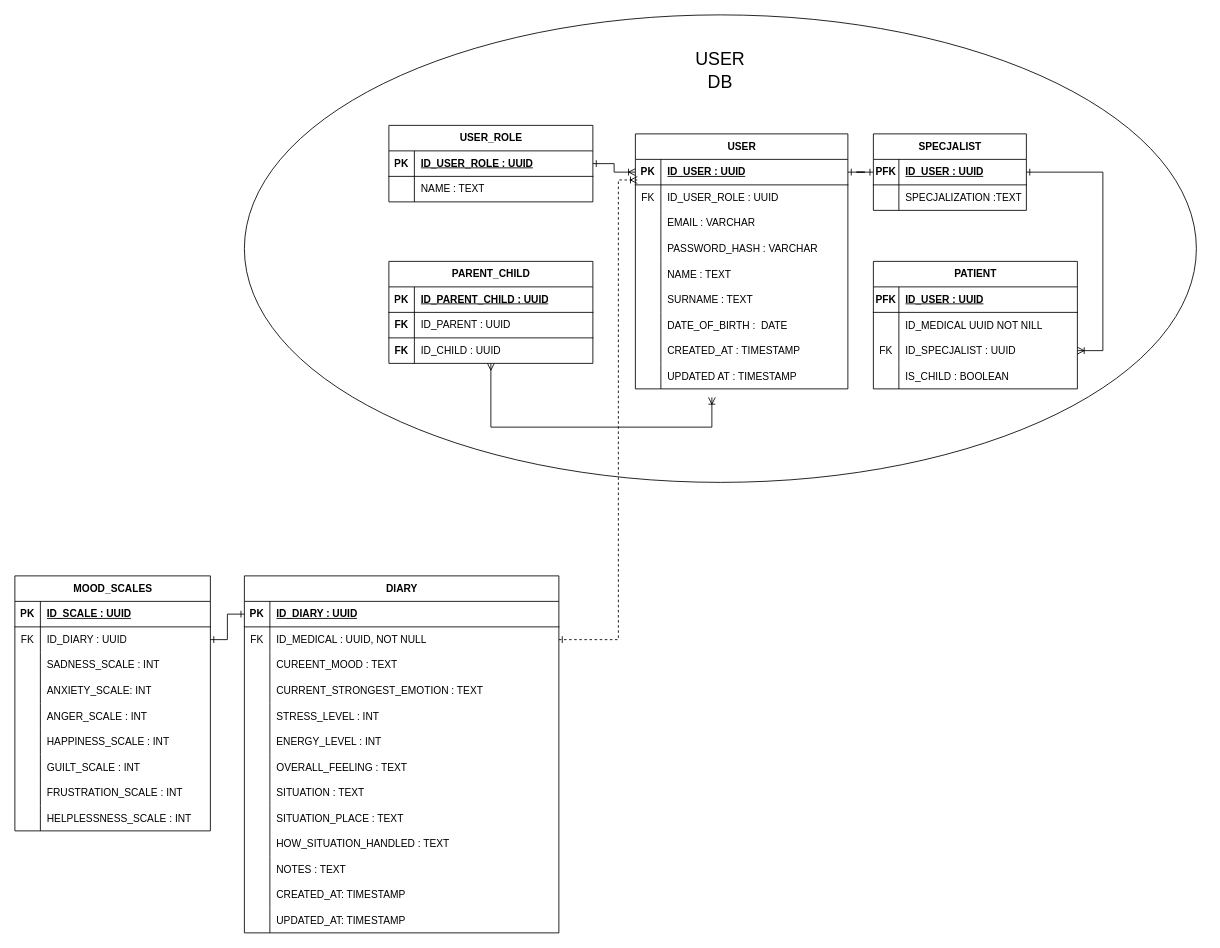
Earlier version of the draw.io diagram ERD/DIAGRAM.drawio (Coderino-Compadres/Mediculus_App). Source tidied: cells renumbered, new cells numbered last; positions are measured from the earlier drawing's top-left corner, leaving out a move shared by most shapes. Both pictures are drawn from the tidied source at 85%, with x=0, y=0 at pixel (14, 14).
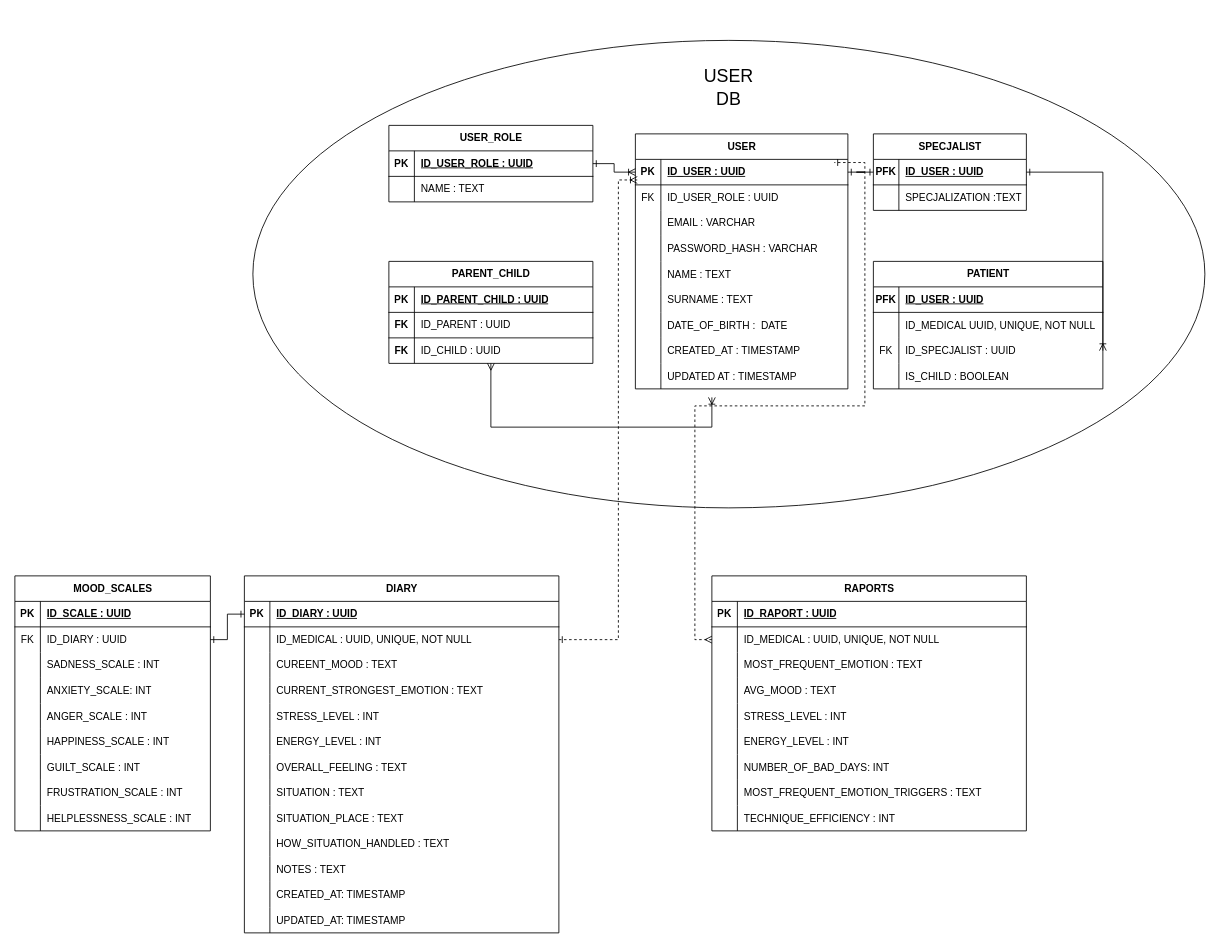
The same diagram, later.

Commit message (it also covers changes not shown here):
feat: added raports table

Unchanged cells that the change refers to:
```xml
<mxCell id="3" style="shape=tableRow;horizontal=0;startSize=0;swimlaneHead=0;swimlaneBody=0;fillColor=none;points=[[0,0.5],[1,0.5]];portConstraint=eastwest;top=0;left=0;right=0;bottom=1;" parent="2" vertex="1">
  <mxGeometry y="30" width="250" height="30" as="geometry" />
</mxCell>
<mxCell id="75" style="shape=tableRow;horizontal=0;startSize=0;swimlaneHead=0;swimlaneBody=0;fillColor=none;points=[[0,0.5],[1,0.5]];portConstraint=eastwest;top=0;left=0;right=0;bottom=0;" parent="71" vertex="1">
  <mxGeometry y="60" width="370" height="30" as="geometry" />
</mxCell>
```

Change to the diagram source:
```diff
@@
     <mxCell id="46" value="PATIENT" style="shape=table;startSize=30;childLayout=tableLayout;rowLines=0;fontStyle=1;align=center;html=1;" parent="1" vertex="1">
-      <mxGeometry x="1010" y="290" width="240" height="150" as="geometry" />
+      <mxGeometry x="1010" y="290" width="270" height="150" as="geometry" />
     </mxCell>
     <mxCell id="47" style="shape=tableRow;horizontal=0;startSize=0;swimlaneHead=0;swimlaneBody=0;fillColor=none;top=0;left=0;right=0;bottom=1;" parent="46" vertex="1">
-      <mxGeometry y="30" width="240" height="30" as="geometry" />
+      <mxGeometry y="30" width="270" height="30" as="geometry" />
     </mxCell>
@@
     <mxCell id="49" value="ID_USER : UUID&lt;span style=&quot;white-space: pre;&quot;&gt;&#9;&lt;/span&gt;&lt;span style=&quot;white-space: pre;&quot;&gt;&#9;&lt;/span&gt;" style="shape=partialRectangle;fillColor=none;top=0;left=0;bottom=0;right=0;align=left;spacingLeft=6;fontStyle=5;overflow=hidden;whiteSpace=wrap;html=1;" parent="47" vertex="1">
-      <mxGeometry x="30" width="210" height="30" as="geometry" />
+      <mxGeometry x="30" width="240" height="30" as="geometry" />
     </mxCell>
     <mxCell id="50" style="shape=tableRow;horizontal=0;startSize=0;swimlaneHead=0;swimlaneBody=0;fillColor=none;top=0;left=0;right=0;bottom=0;" parent="46" vertex="1">
-      <mxGeometry y="60" width="240" height="30" as="geometry" />
+      <mxGeometry y="60" width="270" height="30" as="geometry" />
     </mxCell>
@@
-    <mxCell id="52" value="ID_MEDICAL UUID NOT NILL" style="shape=partialRectangle;fillColor=none;top=0;left=0;bottom=0;right=0;align=left;spacingLeft=6;overflow=hidden;" parent="50" vertex="1">
-      <mxGeometry x="30" width="210" height="30" as="geometry" />
+    <mxCell id="52" value="ID_MEDICAL UUID, UNIQUE, NOT NULL" style="shape=partialRectangle;fillColor=none;top=0;left=0;bottom=0;right=0;align=left;spacingLeft=6;overflow=hidden;" parent="50" vertex="1">
+      <mxGeometry x="30" width="240" height="30" as="geometry" />
     </mxCell>
     <mxCell id="53" style="shape=tableRow;horizontal=0;startSize=0;swimlaneHead=0;swimlaneBody=0;fillColor=none;points=[[0,0.5],[1,0.5]];portConstraint=eastwest;top=0;left=0;right=0;bottom=0;" parent="46" vertex="1">
-      <mxGeometry y="90" width="240" height="30" as="geometry" />
+      <mxGeometry y="90" width="270" height="30" as="geometry" />
     </mxCell>
@@
     <mxCell id="55" value="ID_SPECJALIST : UUID" style="shape=partialRectangle;fillColor=none;top=0;left=0;bottom=0;right=0;align=left;spacingLeft=6;overflow=hidden;whiteSpace=wrap;html=1;" parent="53" vertex="1">
-      <mxGeometry x="30" width="210" height="30" as="geometry" />
+      <mxGeometry x="30" width="240" height="30" as="geometry" />
     </mxCell>
     <mxCell id="56" style="shape=tableRow;horizontal=0;startSize=0;swimlaneHead=0;swimlaneBody=0;fillColor=none;top=0;left=0;right=0;bottom=0;" parent="46" vertex="1">
-      <mxGeometry y="120" width="240" height="30" as="geometry" />
+      <mxGeometry y="120" width="270" height="30" as="geometry" />
     </mxCell>
@@
     <mxCell id="58" value="IS_CHILD : BOOLEAN" style="shape=partialRectangle;fillColor=none;top=0;left=0;bottom=0;right=0;align=left;spacingLeft=6;overflow=hidden;" parent="56" vertex="1">
-      <mxGeometry x="30" width="210" height="30" as="geometry" />
+      <mxGeometry x="30" width="240" height="30" as="geometry" />
     </mxCell>
@@
-    <mxCell id="76" value="FK" style="shape=partialRectangle;fillColor=none;top=0;left=0;bottom=0;right=0;fontStyle=0;overflow=hidden;whiteSpace=wrap;html=1;" parent="75" vertex="1">
+    <mxCell id="76" style="shape=partialRectangle;fillColor=none;top=0;left=0;bottom=0;right=0;fontStyle=0;overflow=hidden;whiteSpace=wrap;html=1;" parent="75" vertex="1">
       <mxGeometry width="30" height="30" as="geometry" />
     </mxCell>
-    <mxCell id="77" value="ID_MEDICAL : UUID, NOT NULL" style="shape=partialRectangle;fillColor=none;top=0;left=0;bottom=0;right=0;align=left;spacingLeft=6;fontStyle=0;overflow=hidden;whiteSpace=wrap;html=1;" parent="75" vertex="1">
+    <mxCell id="77" value="ID_MEDICAL : UUID, UNIQUE, NOT NULL" style="shape=partialRectangle;fillColor=none;top=0;left=0;bottom=0;right=0;align=left;spacingLeft=6;fontStyle=0;overflow=hidden;whiteSpace=wrap;html=1;" parent="75" vertex="1">
       <mxGeometry x="30" width="340" height="30" as="geometry" />
     </mxCell>
@@
-    <mxCell id="141" style="ellipse;whiteSpace=wrap;html=1;shapeInside=1;fillColor=none;" parent="1" vertex="1">
-      <mxGeometry x="270" width="1120" height="550" as="geometry" />
-    </mxCell>
     <mxCell id="142" value="&lt;font style=&quot;font-size: 21px;&quot;&gt;USER DB&lt;/font&gt;" style="text;html=1;whiteSpace=wrap;strokeColor=none;fillColor=none;align=center;verticalAlign=middle;rounded=0;" parent="1" vertex="1">
-      <mxGeometry x="800" y="50" width="60" height="30" as="geometry" />
+      <mxGeometry x="810" y="70" width="60" height="30" as="geometry" />
     </mxCell>
+    <mxCell id="143" value="RAPORTS" style="shape=table;startSize=30;childLayout=tableLayout;rowLines=0;fontStyle=1;align=center;html=1;" parent="1" vertex="1">
+      <mxGeometry x="820" y="660" width="370" height="300" as="geometry" />
+    </mxCell>
+    <mxCell id="144" style="shape=tableRow;horizontal=0;startSize=0;swimlaneHead=0;swimlaneBody=0;fillColor=none;top=0;left=0;right=0;bottom=1;" parent="143" vertex="1">
+      <mxGeometry y="30" width="370" height="30" as="geometry" />
+    </mxCell>
+    <mxCell id="145" value="PK" style="shape=partialRectangle;fillColor=none;top=0;left=0;bottom=0;right=0;fontStyle=1;overflow=hidden;whiteSpace=wrap;html=1;" parent="144" vertex="1">
+      <mxGeometry width="30" height="30" as="geometry" />
+    </mxCell>
+    <mxCell id="146" value="ID_RAPORT : UUID" style="shape=partialRectangle;fillColor=none;top=0;left=0;bottom=0;right=0;align=left;spacingLeft=6;fontStyle=5;overflow=hidden;whiteSpace=wrap;html=1;" parent="144" vertex="1">
+      <mxGeometry x="30" width="340" height="30" as="geometry" />
+    </mxCell>
+    <mxCell id="147" style="shape=tableRow;horizontal=0;startSize=0;swimlaneHead=0;swimlaneBody=0;fillColor=none;points=[[0,0.5],[1,0.5]];portConstraint=eastwest;top=0;left=0;right=0;bottom=0;" parent="143" vertex="1">
+      <mxGeometry y="60" width="370" height="30" as="geometry" />
+    </mxCell>
+    <mxCell id="148" style="shape=partialRectangle;fillColor=none;top=0;left=0;bottom=0;right=0;overflow=hidden;whiteSpace=wrap;html=1;" parent="147" vertex="1">
+      <mxGeometry width="30" height="30" as="geometry" />
+    </mxCell>
+    <mxCell id="149" value="ID_MEDICAL : UUID, UNIQUE, NOT NULL" style="shape=partialRectangle;fillColor=none;top=0;left=0;bottom=0;right=0;align=left;spacingLeft=6;overflow=hidden;whiteSpace=wrap;html=1;" parent="147" vertex="1">
+      <mxGeometry x="30" width="340" height="30" as="geometry" />
+    </mxCell>
+    <mxCell id="150" style="shape=tableRow;horizontal=0;startSize=0;swimlaneHead=0;swimlaneBody=0;fillColor=none;top=0;left=0;right=0;bottom=0;" parent="143" vertex="1">
+      <mxGeometry y="90" width="370" height="30" as="geometry" />
+    </mxCell>
+    <mxCell id="151" style="shape=partialRectangle;fillColor=none;top=0;left=0;bottom=0;right=0;overflow=hidden;whiteSpace=wrap;html=1;" parent="150" vertex="1">
+      <mxGeometry width="30" height="30" as="geometry" />
+    </mxCell>
+    <mxCell id="152" value="MOST_FREQUENT_EMOTION : TEXT" style="shape=partialRectangle;fillColor=none;top=0;left=0;bottom=0;right=0;align=left;spacingLeft=6;overflow=hidden;whiteSpace=wrap;html=1;" parent="150" vertex="1">
+      <mxGeometry x="30" width="340" height="30" as="geometry" />
+    </mxCell>
+    <mxCell id="153" style="shape=tableRow;horizontal=0;startSize=0;swimlaneHead=0;swimlaneBody=0;fillColor=none;top=0;left=0;right=0;bottom=0;" parent="143" vertex="1">
+      <mxGeometry y="120" width="370" height="30" as="geometry" />
+    </mxCell>
+    <mxCell id="154" style="shape=partialRectangle;fillColor=none;top=0;left=0;bottom=0;right=0;overflow=hidden;whiteSpace=wrap;html=1;" parent="153" vertex="1">
+      <mxGeometry width="30" height="30" as="geometry" />
+    </mxCell>
+    <mxCell id="155" value="AVG_MOOD : TEXT" style="shape=partialRectangle;fillColor=none;top=0;left=0;bottom=0;right=0;align=left;spacingLeft=6;overflow=hidden;whiteSpace=wrap;html=1;" parent="153" vertex="1">
+      <mxGeometry x="30" width="340" height="30" as="geometry" />
+    </mxCell>
+    <mxCell id="156" style="shape=tableRow;horizontal=0;startSize=0;swimlaneHead=0;swimlaneBody=0;fillColor=none;top=0;left=0;right=0;bottom=0;" parent="143" vertex="1">
+      <mxGeometry y="150" width="370" height="30" as="geometry" />
+    </mxCell>
+    <mxCell id="157" style="shape=partialRectangle;fillColor=none;top=0;left=0;bottom=0;right=0;overflow=hidden;" parent="156" vertex="1">
+      <mxGeometry width="30" height="30" as="geometry" />
+    </mxCell>
+    <mxCell id="158" value="STRESS_LEVEL : INT" style="shape=partialRectangle;fillColor=none;top=0;left=0;bottom=0;right=0;align=left;spacingLeft=6;overflow=hidden;" parent="156" vertex="1">
+      <mxGeometry x="30" width="340" height="30" as="geometry" />
+    </mxCell>
+    <mxCell id="159" style="shape=tableRow;horizontal=0;startSize=0;swimlaneHead=0;swimlaneBody=0;fillColor=none;top=0;left=0;right=0;bottom=0;" parent="143" vertex="1">
+      <mxGeometry y="180" width="370" height="30" as="geometry" />
+    </mxCell>
+    <mxCell id="160" style="shape=partialRectangle;fillColor=none;top=0;left=0;bottom=0;right=0;overflow=hidden;" parent="159" vertex="1">
+      <mxGeometry width="30" height="30" as="geometry" />
+    </mxCell>
+    <mxCell id="161" value="ENERGY_LEVEL : INT" style="shape=partialRectangle;fillColor=none;top=0;left=0;bottom=0;right=0;align=left;spacingLeft=6;overflow=hidden;" parent="159" vertex="1">
+      <mxGeometry x="30" width="340" height="30" as="geometry" />
+    </mxCell>
+    <mxCell id="162" style="shape=tableRow;horizontal=0;startSize=0;swimlaneHead=0;swimlaneBody=0;fillColor=none;top=0;left=0;right=0;bottom=0;" parent="143" vertex="1">
+      <mxGeometry y="210" width="370" height="30" as="geometry" />
+    </mxCell>
+    <mxCell id="163" style="shape=partialRectangle;fillColor=none;top=0;left=0;bottom=0;right=0;overflow=hidden;" parent="162" vertex="1">
+      <mxGeometry width="30" height="30" as="geometry" />
+    </mxCell>
+    <mxCell id="164" value="NUMBER_OF_BAD_DAYS: INT" style="shape=partialRectangle;fillColor=none;top=0;left=0;bottom=0;right=0;align=left;spacingLeft=6;overflow=hidden;" parent="162" vertex="1">
+      <mxGeometry x="30" width="340" height="30" as="geometry" />
+    </mxCell>
+    <mxCell id="165" style="shape=tableRow;horizontal=0;startSize=0;swimlaneHead=0;swimlaneBody=0;fillColor=none;top=0;left=0;right=0;bottom=0;" parent="143" vertex="1">
+      <mxGeometry y="240" width="370" height="30" as="geometry" />
+    </mxCell>
+    <mxCell id="166" style="shape=partialRectangle;fillColor=none;top=0;left=0;bottom=0;right=0;overflow=hidden;" parent="165" vertex="1">
+      <mxGeometry width="30" height="30" as="geometry" />
+    </mxCell>
+    <mxCell id="167" value="MOST_FREQUENT_EMOTION_TRIGGERS : TEXT" style="shape=partialRectangle;fillColor=none;top=0;left=0;bottom=0;right=0;align=left;spacingLeft=6;overflow=hidden;" parent="165" vertex="1">
+      <mxGeometry x="30" width="340" height="30" as="geometry" />
+    </mxCell>
+    <mxCell id="168" style="shape=tableRow;horizontal=0;startSize=0;swimlaneHead=0;swimlaneBody=0;fillColor=none;top=0;left=0;right=0;bottom=0;" parent="143" vertex="1">
+      <mxGeometry y="270" width="370" height="30" as="geometry" />
+    </mxCell>
+    <mxCell id="169" style="shape=partialRectangle;fillColor=none;top=0;left=0;bottom=0;right=0;overflow=hidden;" parent="168" vertex="1">
+      <mxGeometry width="30" height="30" as="geometry" />
+    </mxCell>
+    <mxCell id="170" value="TECHNIQUE_EFFICIENCY : INT" style="shape=partialRectangle;fillColor=none;top=0;left=0;bottom=0;right=0;align=left;spacingLeft=6;overflow=hidden;" parent="168" vertex="1">
+      <mxGeometry x="30" width="340" height="30" as="geometry" />
+    </mxCell>
+    <mxCell id="171" style="edgeStyle=orthogonalEdgeStyle;rounded=0;jettySize=auto;html=1;entryX=0.936;entryY=0.124;entryDx=0;entryDy=0;entryPerimeter=0;endArrow=ERone;endFill=0;startArrow=ERmany;startFill=0;dashed=1;" parent="1" edge="1" source="147" target="3">
+      <mxGeometry relative="1" as="geometry" />
+    </mxCell>
+    <mxCell id="172" style="ellipse;whiteSpace=wrap;html=1;shapeInside=1;fillColor=none;" parent="1" vertex="1">
+      <mxGeometry x="280" y="30" width="1120" height="550" as="geometry" />
+    </mxCell>
```
